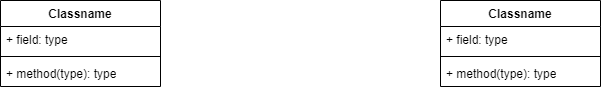
The draw.io diagram DC2.drawio.png in Zaibam/Desenvolvimento-De-Sistemas-1, before a commit. Source tidied: cells renumbered, new cells last; positions are measured from the earlier drawing's top-left corner, leaving out a move shared by most shapes.
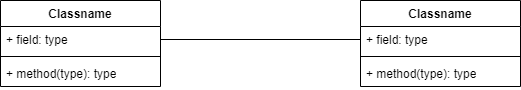
The same file after the commit.

Diff of the diagram source:
```diff
@@ -3,7 +3,7 @@
     <mxCell id="0" />
     <mxCell id="1" parent="0" />
     <mxCell id="2" value="Classname" style="swimlane;fontStyle=1;align=center;verticalAlign=top;horizontal=1;startSize=26;whiteSpace=wrap;html=1;" parent="1" vertex="1">
-      <mxGeometry width="160" height="86" as="geometry" />
+      <mxGeometry x="40" width="160" height="86" as="geometry" />
     </mxCell>
     <mxCell id="3" value="+ field: type" style="text;strokeColor=none;fillColor=none;align=left;verticalAlign=top;spacingLeft=4;spacingRight=4;overflow=hidden;points=[[0,0.5],[1,0.5]];portConstraint=eastwest;whiteSpace=wrap;html=1;" parent="2" vertex="1">
       <mxGeometry y="26" width="160" height="26" as="geometry" />
@@ -15,7 +15,7 @@
       <mxGeometry y="60" width="160" height="26" as="geometry" />
     </mxCell>
     <mxCell id="6" value="Classname" style="swimlane;fontStyle=1;align=center;verticalAlign=top;horizontal=1;startSize=26;whiteSpace=wrap;html=1;" parent="1" vertex="1">
-      <mxGeometry x="440" width="160" height="86" as="geometry" />
+      <mxGeometry x="400" width="160" height="86" as="geometry" />
     </mxCell>
     <mxCell id="7" value="+ field: type" style="text;strokeColor=none;fillColor=none;align=left;verticalAlign=top;spacingLeft=4;spacingRight=4;overflow=hidden;points=[[0,0.5],[1,0.5]];portConstraint=eastwest;whiteSpace=wrap;html=1;" parent="6" vertex="1">
       <mxGeometry y="26" width="160" height="26" as="geometry" />
@@ -26,5 +26,8 @@
     <mxCell id="9" value="+ method(type): type" style="text;strokeColor=none;fillColor=none;align=left;verticalAlign=top;spacingLeft=4;spacingRight=4;overflow=hidden;whiteSpace=wrap;html=1;" parent="6" vertex="1">
       <mxGeometry y="60" width="160" height="26" as="geometry" />
     </mxCell>
+    <mxCell id="10" style="edgeStyle=orthogonalEdgeStyle;rounded=0;jettySize=auto;html=1;exitX=1;exitY=0.5;exitDx=0;exitDy=0;entryX=0;entryY=0.5;entryDx=0;entryDy=0;endArrow=none;endFill=0;" parent="1" edge="1" source="3" target="7">
+      <mxGeometry relative="1" as="geometry" />
+    </mxCell>
   </root>
 </mxGraphModel>
```
